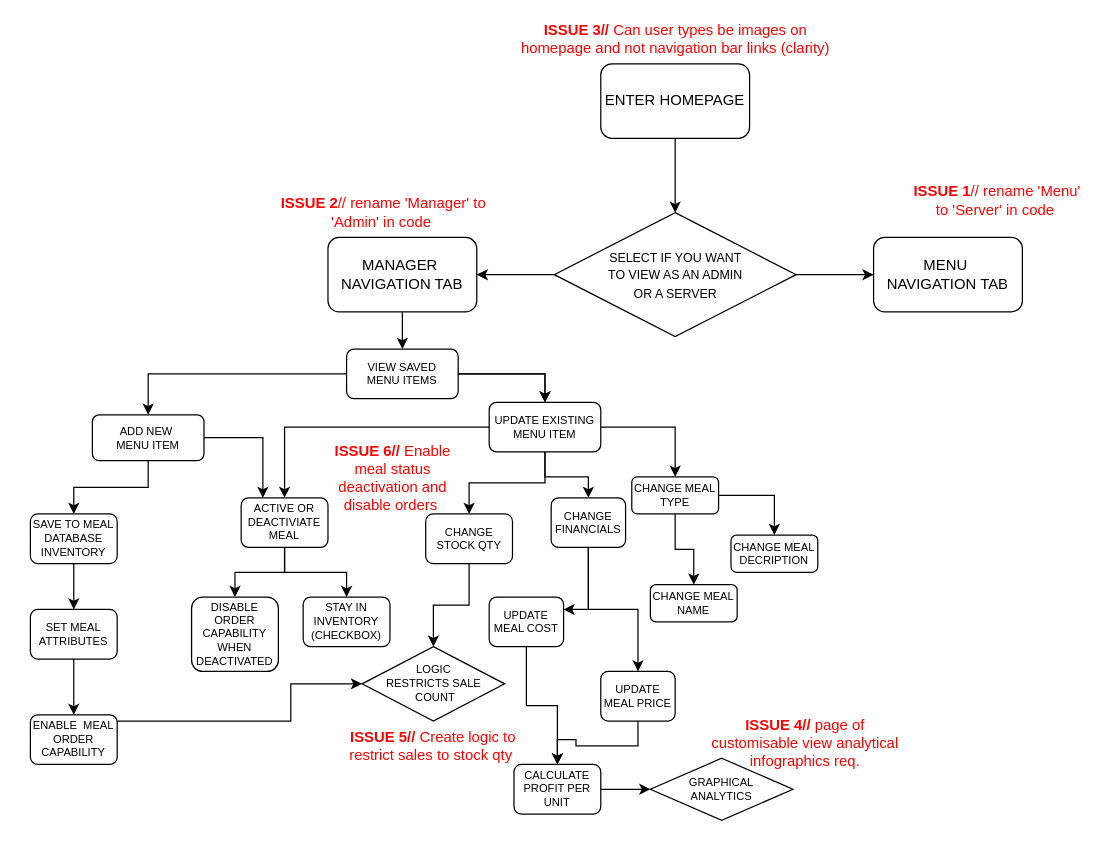
The draw.io diagram documentation/Untitled Diagram.drawio in KryptoFlamingo/Inventory_Management_App, before the edit. Source tidied: cells renumbered, new cells numbered last; positions are measured from the earlier drawing's top-left corner, leaving out a move shared by most shapes. Both pictures are drawn from the tidied source at 124%, with x=0, y=0 at pixel (30, 26).
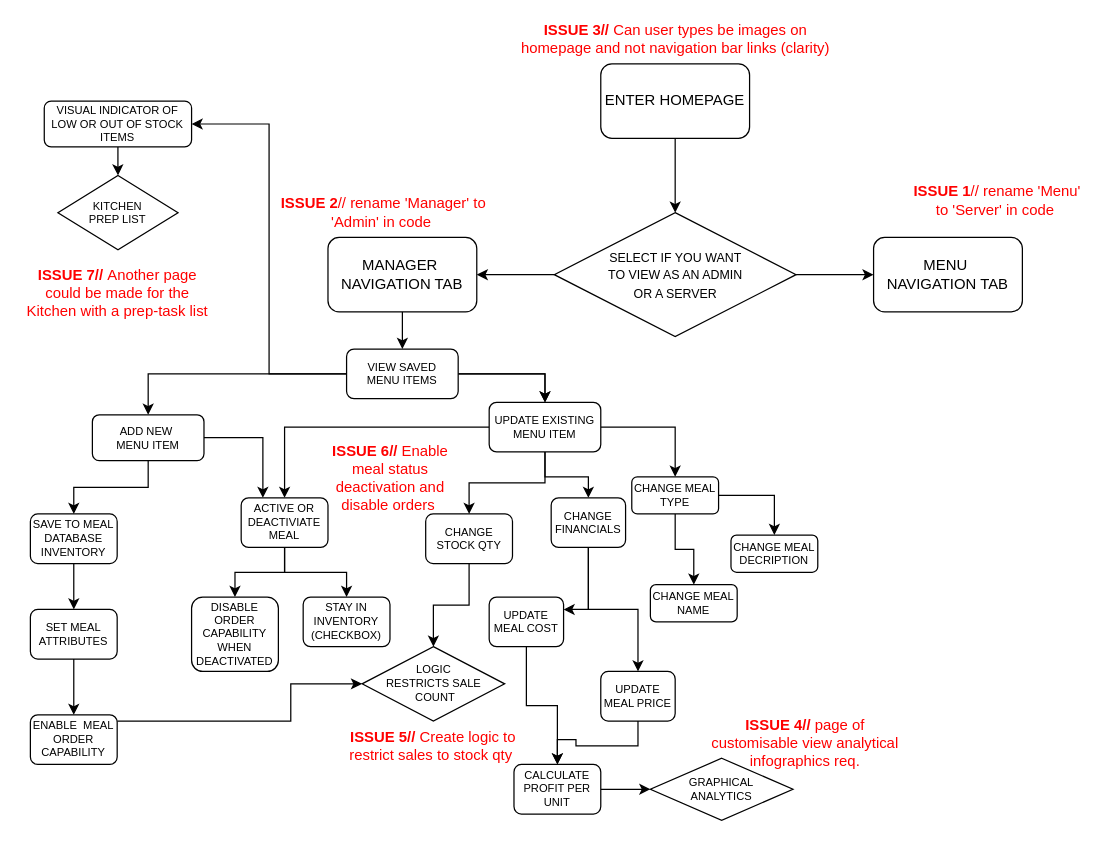
After the change.

Commit message (it also covers changes not shown here):
User Journey Diagram.drawio

Unchanged cells that the change refers to:
```xml
<mxCell id="16" value="VIEW SAVED &lt;br&gt;MENU ITEMS" style="rounded=1;whiteSpace=wrap;html=1;fontSize=9;" parent="1" vertex="1">
  <mxGeometry x="255" y="260" width="90" height="40" as="geometry" />
</mxCell>
```

Change to the diagram source:
```diff
@@
+    <mxCell id="58" style="edgeStyle=orthogonalEdgeStyle;rounded=0;jettySize=auto;html=1;entryX=1;entryY=0.5;entryDx=0;entryDy=0;fontSize=9;" parent="1" edge="1" source="16" target="60">
+      <mxGeometry relative="1" as="geometry" />
+    </mxCell>
@@
     <mxCell id="49" value="&lt;b&gt;ISSUE 6//&lt;/b&gt;&amp;nbsp;Enable meal status deactivation and disable orders&amp;nbsp;" style="text;html=1;strokeColor=none;fillColor=none;align=center;verticalAlign=middle;whiteSpace=wrap;rounded=0;fontColor=#FF0000;" parent="1" vertex="1">
-      <mxGeometry x="240" y="338" width="105" height="52" as="geometry" />
+      <mxGeometry x="238" y="338" width="105" height="52" as="geometry" />
     </mxCell>
@@
+    <mxCell id="59" style="edgeStyle=orthogonalEdgeStyle;rounded=0;jettySize=auto;html=1;entryX=0.5;entryY=0;entryDx=0;entryDy=0;fontSize=9;" parent="1" edge="1" source="60" target="61">
+      <mxGeometry relative="1" as="geometry" />
+    </mxCell>
+    <mxCell id="60" value="VISUAL INDICATOR OF LOW OR OUT OF STOCK ITEMS" style="rounded=1;whiteSpace=wrap;html=1;fontSize=9;" parent="1" vertex="1">
+      <mxGeometry x="11.2" y="60" width="118.8" height="37" as="geometry" />
+    </mxCell>
+    <mxCell id="61" value="KITCHEN &lt;br&gt;PREP LIST" style="rhombus;whiteSpace=wrap;html=1;fontSize=9;" parent="1" vertex="1">
+      <mxGeometry x="22.2" y="120" width="96.9" height="60" as="geometry" />
+    </mxCell>
+    <mxCell id="62" value="&lt;b&gt;ISSUE 7//&lt;/b&gt;&amp;nbsp;Another page could be made for the Kitchen with a prep-task list" style="text;html=1;strokeColor=none;fillColor=none;align=center;verticalAlign=middle;whiteSpace=wrap;rounded=0;fontColor=#FF0000;" parent="1" vertex="1">
+      <mxGeometry x="-7" y="190" width="155.3" height="50" as="geometry" />
+    </mxCell>
```
